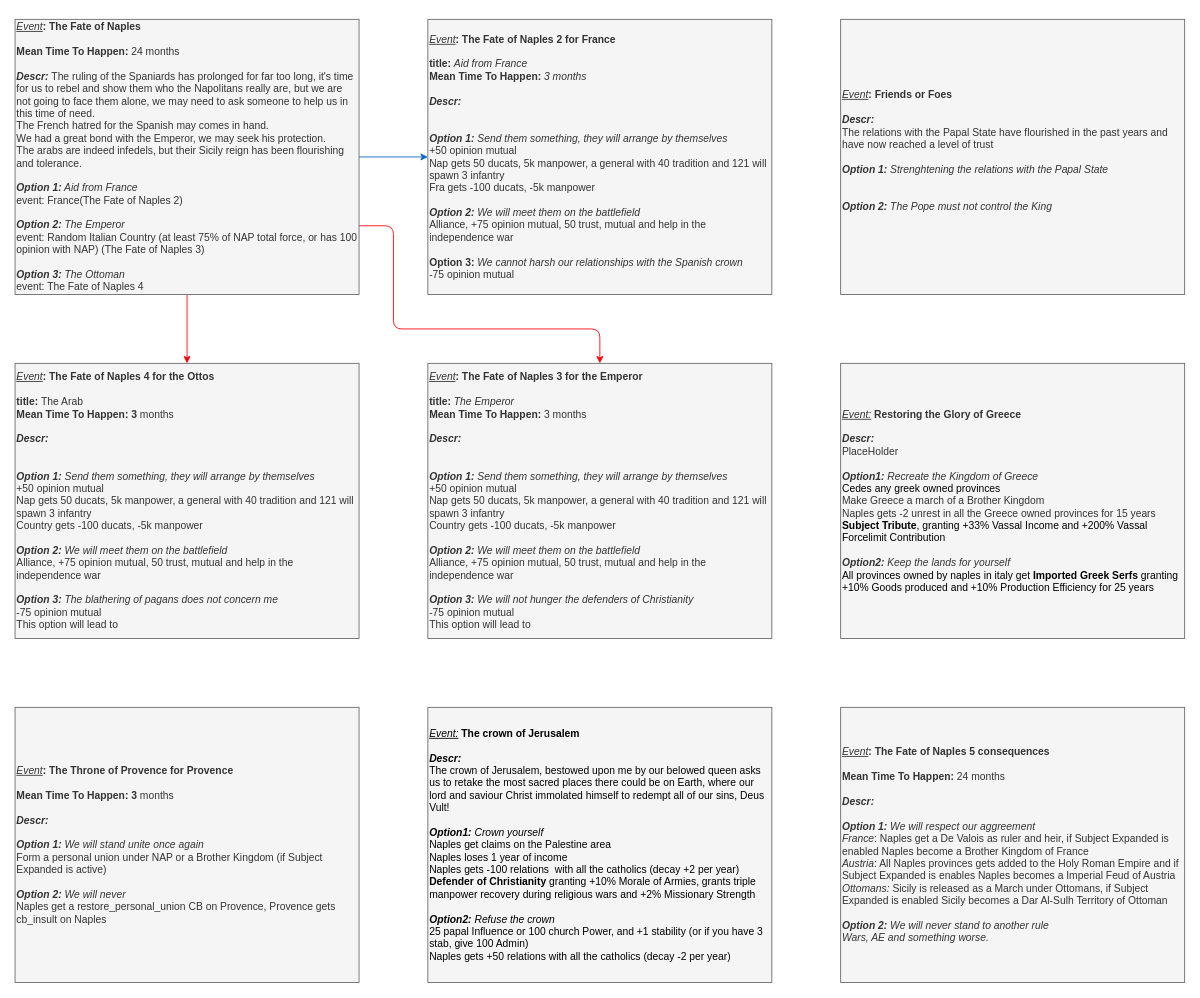
Melvasul/Missions-Expanded keeps this draw.io diagram as page "Events" (2 of 2) of Naples/It's Pizza Time 0.95.drawio. Above is the earlier version. Source tidied: cells renumbered, new cells numbered last; positions are measured from the earlier drawing's top-left corner, leaving out a move shared by most shapes. Both pictures are drawn from the tidied source at 86%, with x=0, y=0 at pixel (15, 19).
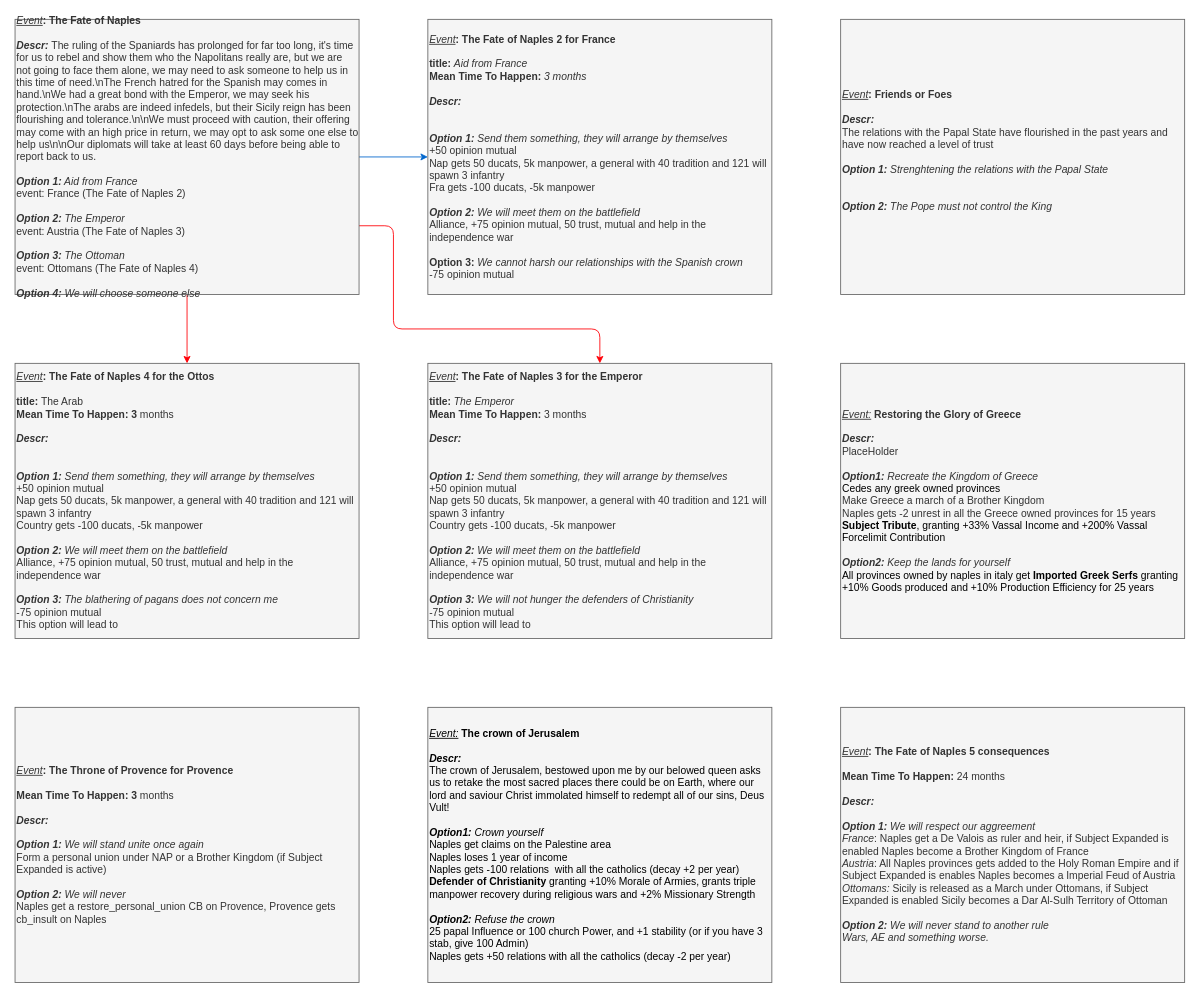
Above is the later version.

Commit message (it also covers changes not shown here):
Some Italian Shit

The edit, as a diff of the source:
```diff
@@
 <mxGraphModel>
   <root>
     <mxCell id="0" />
     <mxCell id="1" parent="0" />
     <mxCell id="2" value="&lt;div style=&quot;font-size: 12px&quot;&gt;&lt;font color=&quot;#000000&quot;&gt;&lt;u style=&quot;font-style: italic&quot;&gt;Event:&lt;/u&gt;&amp;nbsp;&lt;b&gt;The crown of Jerusalem&lt;/b&gt;&lt;/font&gt;&lt;/div&gt;&lt;div style=&quot;font-size: 12px&quot;&gt;&lt;b&gt;&lt;font color=&quot;#000000&quot;&gt;&lt;br&gt;&lt;/font&gt;&lt;/b&gt;&lt;/div&gt;&lt;div style=&quot;font-size: 12px&quot;&gt;&lt;font style=&quot;font-size: 12px&quot; color=&quot;#000000&quot;&gt;&lt;div style=&quot;font-size: 12px&quot;&gt;&lt;b style=&quot;font-size: 12px&quot;&gt;&lt;i style=&quot;font-size: 12px&quot;&gt;Descr:&lt;/i&gt;&lt;/b&gt;&lt;/div&gt;&lt;div style=&quot;font-size: 12px&quot;&gt;The crown of Jerusalem, bestowed upon me by our belowed queen asks us to retake the most sacred places there could be on Earth, where our lord and saviour Christ immolated himself to redempt all of our sins, Deus Vult!&lt;/div&gt;&lt;div style=&quot;font-size: 12px&quot;&gt;&lt;br&gt;&lt;/div&gt;&lt;/font&gt;&lt;/div&gt;&lt;div style=&quot;font-size: 12px&quot;&gt;&lt;font style=&quot;font-size: 12px&quot; color=&quot;#000000&quot;&gt;&lt;span style=&quot;font-size: 12px&quot;&gt;&lt;i style=&quot;font-size: 12px&quot;&gt;&lt;b&gt;Option1:&lt;/b&gt; Crown yourself&lt;/i&gt;&lt;/span&gt;&lt;br style=&quot;font-size: 12px&quot;&gt;&lt;/font&gt;&lt;/div&gt;&lt;div style=&quot;font-size: 12px&quot;&gt;&lt;font color=&quot;#000000&quot;&gt;Naples get claims on the Palestine area&lt;/font&gt;&lt;/div&gt;&lt;div style=&quot;font-size: 12px&quot;&gt;&lt;font color=&quot;#000000&quot;&gt;Naples loses 1 year of income&lt;/font&gt;&lt;/div&gt;&lt;div&gt;&lt;font color=&quot;#000000&quot;&gt;Naples gets -100 relations&amp;nbsp;&amp;nbsp;with all the catholics (decay +2 per year)&lt;br&gt;&lt;b style=&quot;font-size: 12px&quot;&gt;Defender of Christianity&lt;/b&gt;&amp;nbsp;granting +10% Morale of Armies, grants triple manpower recovery during religious wars and +2% Missionary Strength&lt;/font&gt;&lt;/div&gt;&lt;div style=&quot;font-size: 12px&quot;&gt;&lt;font style=&quot;font-size: 12px&quot; color=&quot;#000000&quot;&gt;&lt;br style=&quot;font-size: 12px&quot;&gt;&lt;/font&gt;&lt;/div&gt;&lt;div style=&quot;font-size: 12px&quot;&gt;&lt;font style=&quot;font-size: 12px&quot; color=&quot;#000000&quot;&gt;&lt;span style=&quot;font-size: 12px&quot;&gt;&lt;i style=&quot;font-size: 12px&quot;&gt;&lt;b&gt;Option2:&lt;/b&gt;&amp;nbsp;Refuse the crown&lt;/i&gt;&lt;/span&gt;&lt;/font&gt;&lt;/div&gt;&lt;div style=&quot;font-size: 12px&quot;&gt;&lt;font color=&quot;#000000&quot;&gt;25 papal Influence or 100 church Power, and +1 stability (or if you have 3 stab, give 100 Admin)&lt;/font&gt;&lt;/div&gt;&lt;div style=&quot;font-size: 12px&quot;&gt;&lt;font color=&quot;#000000&quot;&gt;Naples gets +50 relations with all the catholics (decay -2 per year)&lt;/font&gt;&lt;/div&gt;" style="rounded=0;whiteSpace=wrap;html=1;align=left;fontSize=12;fillColor=#f5f5f5;strokeColor=#666666;fontColor=#333333;" parent="1" vertex="1">
       <mxGeometry x="480" y="800" width="400" height="320" as="geometry" />
     </mxCell>
     <mxCell id="3" value="&lt;div style=&quot;font-size: 12px&quot;&gt;&lt;i&gt;&lt;u&gt;Event&lt;/u&gt;&lt;/i&gt;&lt;b&gt;: Friends or Foes&lt;/b&gt;&lt;/div&gt;&lt;div style=&quot;font-size: 12px&quot;&gt;&lt;b&gt;&lt;br&gt;&lt;/b&gt;&lt;/div&gt;&lt;div&gt;&lt;font&gt;&lt;div style=&quot;font-size: 12px&quot;&gt;&lt;b style=&quot;font-size: 12px&quot;&gt;&lt;i style=&quot;font-size: 12px&quot;&gt;Descr:&lt;/i&gt;&lt;/b&gt;&lt;/div&gt;&lt;div&gt;The relations with the Papal State have flourished in the past years and have now reached a level of trust&lt;/div&gt;&lt;/font&gt;&lt;/div&gt;&lt;div&gt;&lt;br&gt;&lt;/div&gt;&lt;div style=&quot;font-size: 12px&quot;&gt;&lt;/div&gt;&lt;font&gt;&lt;b style=&quot;font-size: 12px ; font-style: italic&quot;&gt;Option 1: &lt;/b&gt;&lt;span style=&quot;font-size: 12px ; font-style: italic&quot;&gt;Strenghtening the relations with the Papal State&lt;/span&gt;&lt;br&gt;&lt;br&gt;&lt;br&gt;&lt;span style=&quot;font-size: 12px&quot;&gt;&lt;i&gt;&lt;b&gt;Option 2: &lt;/b&gt;The Pope must not control the King&lt;/i&gt;&lt;/span&gt;&lt;b&gt;&lt;br&gt;&lt;/b&gt;&lt;br&gt;&lt;/font&gt;" style="rounded=0;whiteSpace=wrap;html=1;align=left;fontSize=12;fillColor=#f5f5f5;strokeColor=#666666;fontColor=#333333;" parent="1" vertex="1">
       <mxGeometry x="960" width="400" height="320" as="geometry" />
     </mxCell>
     <mxCell id="4" style="edgeStyle=orthogonalEdgeStyle;rounded=1;jettySize=auto;html=1;strokeColor=#0066CC;" parent="1" edge="1" source="7" target="10">
       <mxGeometry relative="1" as="geometry" />
     </mxCell>
     <mxCell id="5" style="edgeStyle=orthogonalEdgeStyle;rounded=1;jettySize=auto;html=1;strokeColor=#FF0008;" parent="1" edge="1" source="7" target="8">
       <mxGeometry relative="1" as="geometry" />
     </mxCell>
     <mxCell id="6" style="edgeStyle=orthogonalEdgeStyle;rounded=1;jettySize=auto;html=1;exitX=1;exitY=0.75;exitDx=0;exitDy=0;strokeColor=#FF0008;" parent="1" edge="1" source="7" target="11">
       <mxGeometry relative="1" as="geometry">
         <Array as="points">
           <mxPoint x="440" y="240" />
           <mxPoint x="440" y="360" />
           <mxPoint x="680" y="360" />
         </Array>
       </mxGeometry>
     </mxCell>
-    <mxCell id="7" value="&lt;div style=&quot;font-size: 12px&quot;&gt;&lt;i&gt;&lt;u&gt;Event&lt;/u&gt;&lt;/i&gt;&lt;b&gt;: The Fate of Naples&lt;/b&gt;&lt;/div&gt;&lt;div style=&quot;font-size: 12px&quot;&gt;&lt;b&gt;&lt;br&gt;&lt;/b&gt;&lt;/div&gt;&lt;div style=&quot;font-size: 12px&quot;&gt;&lt;b&gt;Mean Time To Happen: &lt;/b&gt;24 months&lt;/div&gt;&lt;div style=&quot;font-size: 12px&quot;&gt;&lt;b&gt;&lt;br&gt;&lt;/b&gt;&lt;/div&gt;&lt;div&gt;&lt;font&gt;&lt;div style=&quot;font-size: 12px&quot;&gt;&lt;b style=&quot;font-size: 12px&quot;&gt;&lt;i style=&quot;font-size: 12px&quot;&gt;Descr:&amp;nbsp;&lt;/i&gt;&lt;/b&gt;&lt;span&gt;The ruling of the Spaniards has prolonged for far too long, it's time for us to rebel and show them who the Napolitans really are, but we are not going to face them alone, we may need to ask someone to help us in this time of need.&lt;/span&gt;&lt;/div&gt;&lt;div&gt;The French hatred for the Spanish may comes in hand.&lt;/div&gt;&lt;div&gt;We had a great bond with the Emperor, we may seek his protection.&lt;/div&gt;&lt;div&gt;The arabs are indeed infedels, but their Sicily reign has been flourishing and tolerance.&lt;/div&gt;&lt;/font&gt;&lt;/div&gt;&lt;div&gt;&lt;br&gt;&lt;/div&gt;&lt;div style=&quot;font-size: 12px&quot;&gt;&lt;/div&gt;&lt;font&gt;&lt;b style=&quot;font-size: 12px ; font-style: italic&quot;&gt;Option 1:&lt;/b&gt;&lt;span style=&quot;font-size: 12px ; font-style: italic&quot;&gt; &lt;/span&gt;&lt;span style=&quot;font-size: 12px ; font-style: italic&quot;&gt;Aid from France&lt;/span&gt;&lt;br&gt;event: France(The Fate of Naples 2)&lt;br&gt;&lt;br&gt;&lt;span style=&quot;font-size: 12px&quot;&gt;&lt;i&gt;&lt;b&gt;Option 2:&lt;/b&gt; The Emperor&lt;/i&gt;&lt;/span&gt;&lt;br&gt;&lt;div&gt;event: Random Italian Country (at least 75% of NAP total force, or has 100 opinion with NAP) (The Fate of Naples 3)&lt;br&gt;&lt;/div&gt;&lt;div&gt;&lt;br&gt;&lt;/div&gt;&lt;div&gt;&lt;i style=&quot;font-weight: bold&quot;&gt;Option 3: &lt;/i&gt;&lt;i&gt;The Ottoman&lt;/i&gt;&lt;/div&gt;&lt;div&gt;event: The Fate of Naples 4&lt;i&gt;&lt;br&gt;&lt;/i&gt;&lt;/div&gt;&lt;/font&gt;" style="rounded=0;whiteSpace=wrap;html=1;align=left;fontSize=12;fillColor=#f5f5f5;strokeColor=#666666;fontColor=#333333;" parent="1" vertex="1">
+    <mxCell id="7" value="&lt;div style=&quot;font-size: 12px&quot;&gt;&lt;i&gt;&lt;u&gt;Event&lt;/u&gt;&lt;/i&gt;&lt;b&gt;: The Fate of Naples&lt;/b&gt;&lt;/div&gt;&lt;div style=&quot;font-size: 12px&quot;&gt;&lt;b&gt;&lt;br&gt;&lt;/b&gt;&lt;/div&gt;&lt;div&gt;&lt;font&gt;&lt;div&gt;&lt;b style=&quot;font-size: 12px&quot;&gt;&lt;i style=&quot;font-size: 12px&quot;&gt;Descr:&amp;nbsp;&lt;/i&gt;&lt;/b&gt;&lt;span&gt;The ruling of the Spaniards has prolonged for far too long, it's time for us to rebel and show them who the Napolitans really are, but we are not going to face them alone, we may need to ask someone to help us in this time of need.\n&lt;/span&gt;&lt;span&gt;The French hatred for the Spanish may comes in hand.\n&lt;/span&gt;&lt;span&gt;We had a great bond with the Emperor, we may seek his protection.\n&lt;/span&gt;&lt;span&gt;The arabs are indeed infedels, but their Sicily reign has been flourishing and tolerance.\n\n&lt;/span&gt;&lt;span&gt;We must proceed with caution, their offering may come with an high price in return, we may opt to ask some one else to help us\n\n&lt;/span&gt;&lt;span&gt;Our diplomats will take at least 60 days before being able to report back to us.&lt;/span&gt;&lt;/div&gt;&lt;div&gt;&lt;br&gt;&lt;/div&gt;&lt;/font&gt;&lt;/div&gt;&lt;div style=&quot;font-size: 12px&quot;&gt;&lt;/div&gt;&lt;font&gt;&lt;b style=&quot;font-size: 12px ; font-style: italic&quot;&gt;Option 1:&lt;/b&gt;&lt;span style=&quot;font-size: 12px ; font-style: italic&quot;&gt; &lt;/span&gt;&lt;span style=&quot;font-size: 12px ; font-style: italic&quot;&gt;Aid from France&lt;/span&gt;&lt;br&gt;event: France (The Fate of Naples 2)&lt;br&gt;&lt;br&gt;&lt;span style=&quot;font-size: 12px&quot;&gt;&lt;i&gt;&lt;b&gt;Option 2:&lt;/b&gt; The Emperor&lt;/i&gt;&lt;/span&gt;&lt;br&gt;&lt;div&gt;event: Austria (The Fate of Naples 3)&lt;br&gt;&lt;/div&gt;&lt;div&gt;&lt;br&gt;&lt;/div&gt;&lt;div&gt;&lt;i style=&quot;font-weight: bold&quot;&gt;Option 3: &lt;/i&gt;&lt;i&gt;The Ottoman&lt;/i&gt;&lt;/div&gt;&lt;div&gt;event: Ottomans (The Fate of Naples 4)&lt;i&gt;&lt;br&gt;&lt;/i&gt;&lt;/div&gt;&lt;div&gt;&lt;br&gt;&lt;/div&gt;&lt;div&gt;&lt;b&gt;&lt;i&gt;Option 4:&amp;nbsp;&lt;/i&gt;&lt;/b&gt;&lt;span&gt;&lt;i&gt;We will choose someone else&lt;/i&gt;&lt;/span&gt;&lt;/div&gt;&lt;/font&gt;" style="rounded=0;whiteSpace=wrap;html=1;align=left;fontSize=12;fillColor=#f5f5f5;strokeColor=#666666;fontColor=#333333;" parent="1" vertex="1">
       <mxGeometry width="400" height="320" as="geometry" />
     </mxCell>
     <mxCell id="8" value="&lt;div style=&quot;font-size: 12px&quot;&gt;&lt;i&gt;&lt;u&gt;Event&lt;/u&gt;&lt;/i&gt;&lt;b&gt;: The Fate of Naples 4 for the Ottos&lt;/b&gt;&lt;/div&gt;&lt;div style=&quot;font-size: 12px&quot;&gt;&lt;b&gt;&lt;br&gt;&lt;/b&gt;&lt;/div&gt;&lt;div style=&quot;font-size: 12px&quot;&gt;&lt;b&gt;title: &lt;/b&gt;The Arab&lt;/div&gt;&lt;div style=&quot;font-size: 12px&quot;&gt;&lt;b&gt;Mean Time To Happen: 3&amp;nbsp;&lt;/b&gt;months&lt;/div&gt;&lt;div style=&quot;font-size: 12px&quot;&gt;&lt;b&gt;&lt;br&gt;&lt;/b&gt;&lt;/div&gt;&lt;div&gt;&lt;font&gt;&lt;div style=&quot;font-size: 12px&quot;&gt;&lt;b style=&quot;font-size: 12px&quot;&gt;&lt;i style=&quot;font-size: 12px&quot;&gt;Descr:&lt;/i&gt;&lt;/b&gt;&lt;/div&gt;&lt;div&gt;&lt;br&gt;&lt;/div&gt;&lt;/font&gt;&lt;/div&gt;&lt;div&gt;&lt;br&gt;&lt;/div&gt;&lt;div style=&quot;font-size: 12px&quot;&gt;&lt;/div&gt;&lt;font&gt;&lt;b style=&quot;font-style: italic&quot;&gt;Option 1:&lt;/b&gt;&lt;span style=&quot;font-style: italic&quot;&gt;&amp;nbsp;Send them something, they will arrange by themselves&lt;br&gt;&lt;/span&gt;+50 opinion mutual&lt;br&gt;Nap gets 50 ducats, 5k manpower, a general with 40 tradition and 121 will spawn 3 infantry&lt;br&gt;Country gets -100 ducats, -5k manpower&lt;br&gt;&lt;br&gt;&lt;i&gt;&lt;b&gt;Option 2:&lt;/b&gt;&amp;nbsp;We will meet them on the battlefield&lt;br&gt;&lt;/i&gt;Alliance, +75 opinion mutual, 50 trust, mutual and help in the independence war&lt;br&gt;&lt;br&gt;&lt;i&gt;&lt;b&gt;Option 3:&lt;/b&gt;&amp;nbsp;The blathering of pagans does not concern me&lt;br&gt;&lt;/i&gt;-75 opinion mutual&lt;br&gt;This option will lead to&lt;br&gt;&lt;/font&gt;" style="rounded=0;whiteSpace=wrap;html=1;align=left;fontSize=12;fillColor=#f5f5f5;strokeColor=#666666;fontColor=#333333;" parent="1" vertex="1">
       <mxGeometry y="400" width="400" height="320" as="geometry" />
     </mxCell>
     <mxCell id="9" value="&lt;div style=&quot;font-size: 12px&quot;&gt;&lt;i&gt;&lt;u&gt;Event&lt;/u&gt;&lt;/i&gt;&lt;b&gt;: The Throne of Provence for Provence&lt;/b&gt;&lt;/div&gt;&lt;div style=&quot;font-size: 12px&quot;&gt;&lt;b&gt;&lt;br&gt;&lt;/b&gt;&lt;/div&gt;&lt;div style=&quot;font-size: 12px&quot;&gt;&lt;b&gt;Mean Time To Happen: 3&amp;nbsp;&lt;/b&gt;months&lt;/div&gt;&lt;div style=&quot;font-size: 12px&quot;&gt;&lt;b&gt;&lt;br&gt;&lt;/b&gt;&lt;/div&gt;&lt;div&gt;&lt;font&gt;&lt;div style=&quot;font-size: 12px&quot;&gt;&lt;b style=&quot;font-size: 12px&quot;&gt;&lt;i style=&quot;font-size: 12px&quot;&gt;Descr:&lt;/i&gt;&lt;/b&gt;&lt;/div&gt;&lt;div&gt;&lt;br&gt;&lt;/div&gt;&lt;/font&gt;&lt;/div&gt;&lt;div style=&quot;font-size: 12px&quot;&gt;&lt;/div&gt;&lt;font&gt;&lt;b style=&quot;font-size: 12px ; font-style: italic&quot;&gt;Option 1:&lt;/b&gt;&lt;span style=&quot;font-size: 12px ; font-style: italic&quot;&gt;&amp;nbsp;We will stand unite once again&lt;br&gt;&lt;/span&gt;Form a personal union under NAP or a Brother Kingdom (if Subject Expanded is active)&lt;br&gt;&lt;br&gt;&lt;span style=&quot;font-size: 12px&quot;&gt;&lt;i&gt;&lt;b&gt;Option 2:&lt;/b&gt; We will never&amp;nbsp;&lt;br&gt;&lt;/i&gt;&lt;/span&gt;Naples get a restore_personal_union CB on Provence, Provence gets cb_insult on Naples&lt;br&gt;&lt;/font&gt;" style="rounded=0;whiteSpace=wrap;html=1;align=left;fontSize=12;fillColor=#f5f5f5;strokeColor=#666666;fontColor=#333333;" parent="1" vertex="1">
       <mxGeometry y="800" width="400" height="320" as="geometry" />
     </mxCell>
     <mxCell id="10" value="&lt;div style=&quot;font-size: 12px&quot;&gt;&lt;i&gt;&lt;u&gt;Event&lt;/u&gt;&lt;/i&gt;&lt;b&gt;: The Fate of Naples 2 for France&lt;/b&gt;&lt;/div&gt;&lt;div style=&quot;font-size: 12px&quot;&gt;&lt;b&gt;&lt;br&gt;&lt;/b&gt;&lt;/div&gt;&lt;div style=&quot;font-size: 12px&quot;&gt;&lt;b&gt;title: &lt;/b&gt;&lt;i&gt;Aid from France&lt;/i&gt;&lt;/div&gt;&lt;div style=&quot;font-size: 12px&quot;&gt;&lt;b&gt;Mean Time To Happen: &lt;/b&gt;&lt;i&gt;3 months&lt;/i&gt;&lt;/div&gt;&lt;div style=&quot;font-size: 12px&quot;&gt;&lt;b&gt;&lt;br&gt;&lt;/b&gt;&lt;/div&gt;&lt;div&gt;&lt;font&gt;&lt;div style=&quot;font-size: 12px&quot;&gt;&lt;b style=&quot;font-size: 12px&quot;&gt;&lt;i style=&quot;font-size: 12px&quot;&gt;Descr:&lt;/i&gt;&lt;/b&gt;&lt;/div&gt;&lt;div&gt;&lt;br&gt;&lt;/div&gt;&lt;/font&gt;&lt;/div&gt;&lt;div&gt;&lt;br&gt;&lt;/div&gt;&lt;div style=&quot;font-size: 12px&quot;&gt;&lt;/div&gt;&lt;font&gt;&lt;b style=&quot;font-size: 12px ; font-style: italic&quot;&gt;Option 1:&lt;/b&gt;&lt;span style=&quot;font-size: 12px ; font-style: italic&quot;&gt;&amp;nbsp;Send them something, they will arrange by themselves&lt;br&gt;&lt;/span&gt;+50 opinion mutual&lt;br&gt;Nap gets 50 ducats, 5k manpower, a general with 40 tradition and 121 will spawn 3 infantry&lt;br&gt;Fra gets -100 ducats, -5k manpower&lt;br&gt;&lt;br&gt;&lt;span style=&quot;font-size: 12px&quot;&gt;&lt;i&gt;&lt;b&gt;Option 2:&lt;/b&gt; We will meet them on the battlefield&lt;br&gt;&lt;/i&gt;&lt;/span&gt;Alliance, +75 opinion mutual, 50 trust, mutual and help in the independence war&lt;br&gt;&lt;b&gt;&lt;br&gt;Option 3:&lt;/b&gt;&amp;nbsp;&lt;i&gt;We cannot harsh our relationships with the Spanish crown&lt;br&gt;&lt;/i&gt;-75 opinion mutual&lt;br&gt;&lt;/font&gt;" style="rounded=0;whiteSpace=wrap;html=1;align=left;fontSize=12;fillColor=#f5f5f5;strokeColor=#666666;fontColor=#333333;" parent="1" vertex="1">
       <mxGeometry x="480" width="400" height="320" as="geometry" />
     </mxCell>
     <mxCell id="11" value="&lt;div style=&quot;font-size: 12px&quot;&gt;&lt;i&gt;&lt;u&gt;Event&lt;/u&gt;&lt;/i&gt;&lt;b&gt;: The Fate of Naples 3 for the Emperor&lt;/b&gt;&lt;/div&gt;&lt;div style=&quot;font-size: 12px&quot;&gt;&lt;b&gt;&lt;br&gt;&lt;/b&gt;&lt;/div&gt;&lt;div&gt;&lt;b&gt;title:&lt;/b&gt; &lt;i&gt;The Emperor&lt;/i&gt;&lt;br&gt;&lt;/div&gt;&lt;div style=&quot;font-size: 12px&quot;&gt;&lt;b&gt;Mean Time To Happen: &lt;/b&gt;3 months&lt;/div&gt;&lt;div style=&quot;font-size: 12px&quot;&gt;&lt;b&gt;&lt;br&gt;&lt;/b&gt;&lt;/div&gt;&lt;div&gt;&lt;font&gt;&lt;div style=&quot;font-size: 12px&quot;&gt;&lt;b style=&quot;font-size: 12px&quot;&gt;&lt;i style=&quot;font-size: 12px&quot;&gt;Descr:&lt;/i&gt;&lt;/b&gt;&lt;/div&gt;&lt;div&gt;&lt;br&gt;&lt;/div&gt;&lt;div&gt;&lt;br&gt;&lt;/div&gt;&lt;/font&gt;&lt;/div&gt;&lt;div style=&quot;font-size: 12px&quot;&gt;&lt;/div&gt;&lt;b style=&quot;font-style: italic&quot;&gt;Option 1:&lt;/b&gt;&lt;span style=&quot;font-style: italic&quot;&gt;&amp;nbsp;Send them something, they will arrange by themselves&lt;br&gt;&lt;/span&gt;+50 opinion mutual&lt;br&gt;Nap gets 50 ducats, 5k manpower, a general with 40 tradition and 121 will spawn 3 infantry&lt;br&gt;Country gets -100 ducats, -5k manpower&lt;br&gt;&lt;br&gt;&lt;i&gt;&lt;b&gt;Option 2:&lt;/b&gt;&amp;nbsp;We will meet them on the battlefield&lt;br&gt;&lt;/i&gt;Alliance, +75 opinion mutual, 50 trust, mutual and help in the independence war&lt;br&gt;&lt;br&gt;&lt;i&gt;&lt;b&gt;Option 3:&lt;/b&gt;&amp;nbsp;We will not hunger the defenders of Christianity&lt;br&gt;&lt;/i&gt;-75 opinion mutual&lt;br&gt;This option will lead to" style="rounded=0;whiteSpace=wrap;html=1;align=left;fontSize=12;fillColor=#f5f5f5;strokeColor=#666666;fontColor=#333333;" parent="1" vertex="1">
       <mxGeometry x="480" y="400" width="400" height="320" as="geometry" />
     </mxCell>
     <mxCell id="12" value="&lt;div style=&quot;font-size: 12px&quot;&gt;&lt;u style=&quot;font-style: italic&quot;&gt;Event:&lt;/u&gt;&amp;nbsp;&lt;b&gt;Restoring the Glory of Greece&lt;/b&gt;&lt;/div&gt;&lt;div style=&quot;font-size: 12px&quot;&gt;&lt;b&gt;&lt;br&gt;&lt;/b&gt;&lt;/div&gt;&lt;div style=&quot;font-size: 12px&quot;&gt;&lt;font style=&quot;font-size: 12px&quot;&gt;&lt;div style=&quot;font-size: 12px&quot;&gt;&lt;b style=&quot;font-size: 12px&quot;&gt;&lt;i style=&quot;font-size: 12px&quot;&gt;Descr:&lt;/i&gt;&lt;/b&gt;&lt;/div&gt;&lt;div style=&quot;font-size: 12px&quot;&gt;PlaceHolder&lt;/div&gt;&lt;div style=&quot;font-size: 12px&quot;&gt;&lt;br&gt;&lt;/div&gt;&lt;/font&gt;&lt;/div&gt;&lt;div style=&quot;font-size: 12px&quot;&gt;&lt;font style=&quot;font-size: 12px&quot;&gt;&lt;span style=&quot;font-size: 12px&quot;&gt;&lt;i style=&quot;font-size: 12px&quot;&gt;&lt;b&gt;Option1: &lt;/b&gt;Recreate the Kingdom of Greece&lt;/i&gt;&lt;/span&gt;&lt;br style=&quot;font-size: 12px&quot;&gt;&lt;/font&gt;&lt;/div&gt;&lt;div style=&quot;font-size: 12px&quot;&gt;&lt;font color=&quot;#000000&quot;&gt;Cedes any greek owned provinces&lt;/font&gt;&lt;/div&gt;&lt;div style=&quot;font-size: 12px&quot;&gt;Make Greece a march of a Brother Kingdom&lt;/div&gt;&lt;div style=&quot;font-size: 12px&quot;&gt;&lt;span&gt;Naples gets -2 unrest in all the Greece owned provinces for 15 years&lt;/span&gt;&lt;br&gt;&lt;/div&gt;&lt;div&gt;&lt;font color=&quot;#000000&quot;&gt;&lt;b&gt;Subject Tribute&lt;/b&gt;,&lt;/font&gt; &lt;font color=&quot;#000000&quot;&gt;granting +33% Vassal Income and +200% Vassal Forcelimit Contribution&lt;/font&gt;&lt;br&gt;&lt;/div&gt;&lt;div style=&quot;font-size: 12px&quot;&gt;&lt;br&gt;&lt;/div&gt;&lt;div style=&quot;font-size: 12px&quot;&gt;&lt;font style=&quot;font-size: 12px&quot;&gt;&lt;span style=&quot;font-size: 12px&quot;&gt;&lt;i style=&quot;font-size: 12px&quot;&gt;&lt;b&gt;Option2:&lt;/b&gt;&amp;nbsp;Keep the lands for yourself&lt;/i&gt;&lt;/span&gt;&lt;/font&gt;&lt;/div&gt;&lt;div style=&quot;font-size: 12px&quot;&gt;&lt;div&gt;&lt;font color=&quot;#000000&quot;&gt;All provinces owned by naples in italy get &lt;b&gt;Imported Greek Serfs&lt;/b&gt;&amp;nbsp;granting +10% Goods produced and +10% Production Efficiency for 25 years&lt;/font&gt;&lt;/div&gt;&lt;/div&gt;" style="rounded=0;whiteSpace=wrap;html=1;align=left;fontSize=12;fillColor=#f5f5f5;strokeColor=#666666;fontColor=#333333;" parent="1" vertex="1">
       <mxGeometry x="960" y="400" width="400" height="320" as="geometry" />
     </mxCell>
     <mxCell id="13" value="&lt;div style=&quot;font-size: 12px&quot;&gt;&lt;i&gt;&lt;u&gt;Event&lt;/u&gt;&lt;/i&gt;&lt;b&gt;: The Fate of Naples 5 consequences&lt;/b&gt;&lt;/div&gt;&lt;div style=&quot;font-size: 12px&quot;&gt;&lt;b&gt;&lt;br&gt;&lt;/b&gt;&lt;/div&gt;&lt;div style=&quot;font-size: 12px&quot;&gt;&lt;b&gt;Mean Time To Happen: &lt;/b&gt;24 months&lt;/div&gt;&lt;div style=&quot;font-size: 12px&quot;&gt;&lt;b&gt;&lt;br&gt;&lt;/b&gt;&lt;/div&gt;&lt;div&gt;&lt;font&gt;&lt;div style=&quot;font-size: 12px&quot;&gt;&lt;b style=&quot;font-size: 12px&quot;&gt;&lt;i style=&quot;font-size: 12px&quot;&gt;Descr:&amp;nbsp;&lt;/i&gt;&lt;/b&gt;&lt;/div&gt;&lt;div style=&quot;font-size: 12px&quot;&gt;&lt;b style=&quot;font-size: 12px&quot;&gt;&lt;i style=&quot;font-size: 12px&quot;&gt;&lt;br&gt;&lt;/i&gt;&lt;/b&gt;&lt;/div&gt;&lt;/font&gt;&lt;/div&gt;&lt;div style=&quot;font-size: 12px&quot;&gt;&lt;/div&gt;&lt;font&gt;&lt;b style=&quot;font-size: 12px ; font-style: italic&quot;&gt;Option 1:&lt;/b&gt;&lt;span style=&quot;font-size: 12px ; font-style: italic&quot;&gt;&amp;nbsp;We will respect our aggreement&lt;/span&gt;&lt;br&gt;&lt;i&gt;France&lt;/i&gt;: Naples get a De Valois as ruler and heir, if Subject Expanded is enabled Naples become a Brother Kingdom of France&lt;br&gt;&lt;i&gt;Austria&lt;/i&gt;: All Naples provinces gets added to the Holy Roman Empire and if Subject Expanded is enables Naples becomes a Imperial Feud of Austria&lt;br&gt;&lt;i&gt;Ottomans:&lt;/i&gt;&amp;nbsp;Sicily is released as a March under Ottomans, if Subject Expanded is enabled Sicily becomes a Dar Al-Sulh Territory of Ottoman&lt;br&gt;&lt;br&gt;&lt;span style=&quot;font-size: 12px&quot;&gt;&lt;i&gt;&lt;b&gt;Option 2:&lt;/b&gt; We will never stand to another rule&lt;br&gt;Wars, AE and something worse.&lt;br&gt;&lt;/i&gt;&lt;/span&gt;&lt;/font&gt;" style="rounded=0;whiteSpace=wrap;html=1;align=left;fontSize=12;fillColor=#f5f5f5;strokeColor=#666666;fontColor=#333333;" parent="1" vertex="1">
       <mxGeometry x="960" y="800" width="400" height="320" as="geometry" />
     </mxCell>
   </root>
 </mxGraphModel>
```
